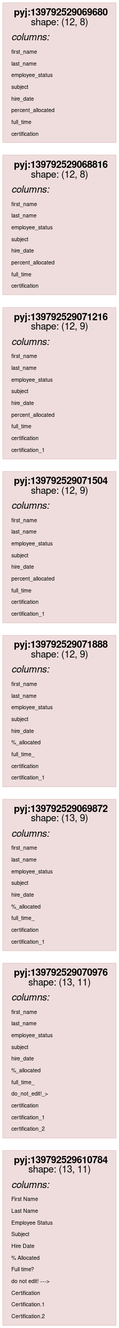
asmirnov69/pyjviz-poc keeps this Graphviz diagram as scripts/rdflog/dirty-clean-w-cmp.ttl.dot.png. Above is the earlier version. Its source is kept beside it as scripts/rdflog/dirty-clean-w-cmp.ttl.dot.
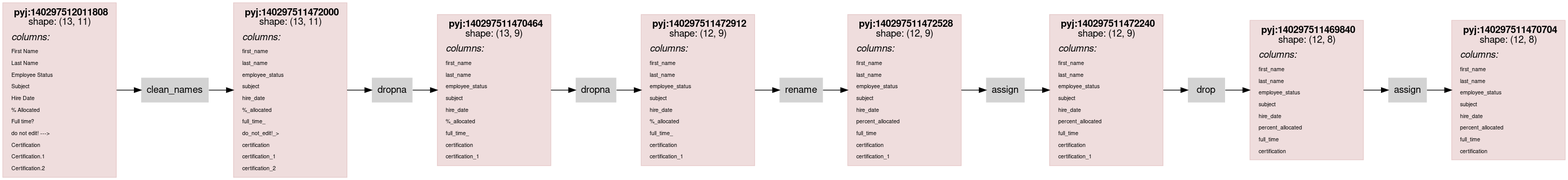
After the commit.

Diff of the diagram source:
```diff
@@ -14,7 +14,7 @@
                 color="#88000022"
                 shape = rect
                 label = <<table border="0" cellborder="0" cellspacing="0" cellpadding="4">
-                         <tr> <td> <b>pyj:139792529610784</b><br/>shape: (13, 11)</td> </tr>
+                         <tr> <td> <b>pyj:140297512011808</b><br/>shape: (13, 11)</td> </tr>
                          <tr> <td align="left"><i>columns:</i><br align="left"/></td></tr>
                 <tr><td align="left"><FONT POINT-SIZE="8px">First Name</FONT></td></tr>
 <tr><td align="left"><FONT POINT-SIZE="8px">Last Name</FONT></td></tr>
@@ -33,7 +33,7 @@
                 color="#88000022"
                 shape = rect
                 label = <<table border="0" cellborder="0" cellspacing="0" cellpadding="4">
-                         <tr> <td> <b>pyj:139792529070976</b><br/>shape: (13, 11)</td> </tr>
+                         <tr> <td> <b>pyj:140297511472000</b><br/>shape: (13, 11)</td> </tr>
                          <tr> <td align="left"><i>columns:</i><br align="left"/></td></tr>
                 <tr><td align="left"><FONT POINT-SIZE="8px">first_name</FONT></td></tr>
 <tr><td align="left"><FONT POINT-SIZE="8px">last_name</FONT></td></tr>
@@ -52,7 +52,7 @@
                 color="#88000022"
                 shape = rect
                 label = <<table border="0" cellborder="0" cellspacing="0" cellpadding="4">
-                         <tr> <td> <b>pyj:139792529069872</b><br/>shape: (13, 9)</td> </tr>
+                         <tr> <td> <b>pyj:140297511470464</b><br/>shape: (13, 9)</td> </tr>
                          <tr> <td align="left"><i>columns:</i><br align="left"/></td></tr>
                 <tr><td align="left"><FONT POINT-SIZE="8px">first_name</FONT></td></tr>
 <tr><td align="left"><FONT POINT-SIZE="8px">last_name</FONT></td></tr>
@@ -69,7 +69,7 @@
                 color="#88000022"
                 shape = rect
                 label = <<table border="0" cellborder="0" cellspacing="0" cellpadding="4">
-                         <tr> <td> <b>pyj:139792529071888</b><br/>shape: (12, 9)</td> </tr>
+                         <tr> <td> <b>pyj:140297511472912</b><br/>shape: (12, 9)</td> </tr>
                          <tr> <td align="left"><i>columns:</i><br align="left"/></td></tr>
                 <tr><td align="left"><FONT POINT-SIZE="8px">first_name</FONT></td></tr>
 <tr><td align="left"><FONT POINT-SIZE="8px">last_name</FONT></td></tr>
@@ -86,7 +86,7 @@
                 color="#88000022"
                 shape = rect
                 label = <<table border="0" cellborder="0" cellspacing="0" cellpadding="4">
-                         <tr> <td> <b>pyj:139792529071504</b><br/>shape: (12, 9)</td> </tr>
+                         <tr> <td> <b>pyj:140297511472528</b><br/>shape: (12, 9)</td> </tr>
                          <tr> <td align="left"><i>columns:</i><br align="left"/></td></tr>
                 <tr><td align="left"><FONT POINT-SIZE="8px">first_name</FONT></td></tr>
 <tr><td align="left"><FONT POINT-SIZE="8px">last_name</FONT></td></tr>
@@ -103,7 +103,7 @@
                 color="#88000022"
                 shape = rect
                 label = <<table border="0" cellborder="0" cellspacing="0" cellpadding="4">
-                         <tr> <td> <b>pyj:139792529071216</b><br/>shape: (12, 9)</td> </tr>
+                         <tr> <td> <b>pyj:140297511472240</b><br/>shape: (12, 9)</td> </tr>
                          <tr> <td align="left"><i>columns:</i><br align="left"/></td></tr>
                 <tr><td align="left"><FONT POINT-SIZE="8px">first_name</FONT></td></tr>
 <tr><td align="left"><FONT POINT-SIZE="8px">last_name</FONT></td></tr>
@@ -120,7 +120,7 @@
                 color="#88000022"
                 shape = rect
                 label = <<table border="0" cellborder="0" cellspacing="0" cellpadding="4">
-                         <tr> <td> <b>pyj:139792529068816</b><br/>shape: (12, 8)</td> </tr>
+                         <tr> <td> <b>pyj:140297511469840</b><br/>shape: (12, 8)</td> </tr>
                          <tr> <td align="left"><i>columns:</i><br align="left"/></td></tr>
                 <tr><td align="left"><FONT POINT-SIZE="8px">first_name</FONT></td></tr>
 <tr><td align="left"><FONT POINT-SIZE="8px">last_name</FONT></td></tr>
@@ -136,7 +136,7 @@
                 color="#88000022"
                 shape = rect
                 label = <<table border="0" cellborder="0" cellspacing="0" cellpadding="4">
-                         <tr> <td> <b>pyj:139792529069680</b><br/>shape: (12, 8)</td> </tr>
+                         <tr> <td> <b>pyj:140297511470704</b><br/>shape: (12, 8)</td> </tr>
                          <tr> <td align="left"><i>columns:</i><br align="left"/></td></tr>
                 <tr><td align="left"><FONT POINT-SIZE="8px">first_name</FONT></td></tr>
 <tr><td align="left"><FONT POINT-SIZE="8px">last_name</FONT></td></tr>
@@ -148,7 +148,25 @@
 <tr><td align="left"><FONT POINT-SIZE="8px">certification</FONT></td></tr>
                          </table>>
                 ];
-subgraph cluster_0 {
-label = "None";
+node0_8 [ label = "clean_names" ];
+node0_9 [ label = "dropna" ];
+node0_10 [ label = "dropna" ];
+node0_11 [ label = "rename" ];
+node0_12 [ label = "assign" ];
+node0_13 [ label = "drop" ];
+node0_14 [ label = "assign" ];
+node0_0 -> node0_8;
+node0_1 -> node0_9;
+node0_2 -> node0_10;
+node0_3 -> node0_11;
+node0_4 -> node0_12;
+node0_5 -> node0_13;
+node0_6 -> node0_14;
+node0_8 -> node0_1;
+node0_9 -> node0_2;
+node0_10 -> node0_3;
+node0_11 -> node0_4;
+node0_12 -> node0_5;
+node0_13 -> node0_6;
+node0_14 -> node0_7;
 }
-}
```
